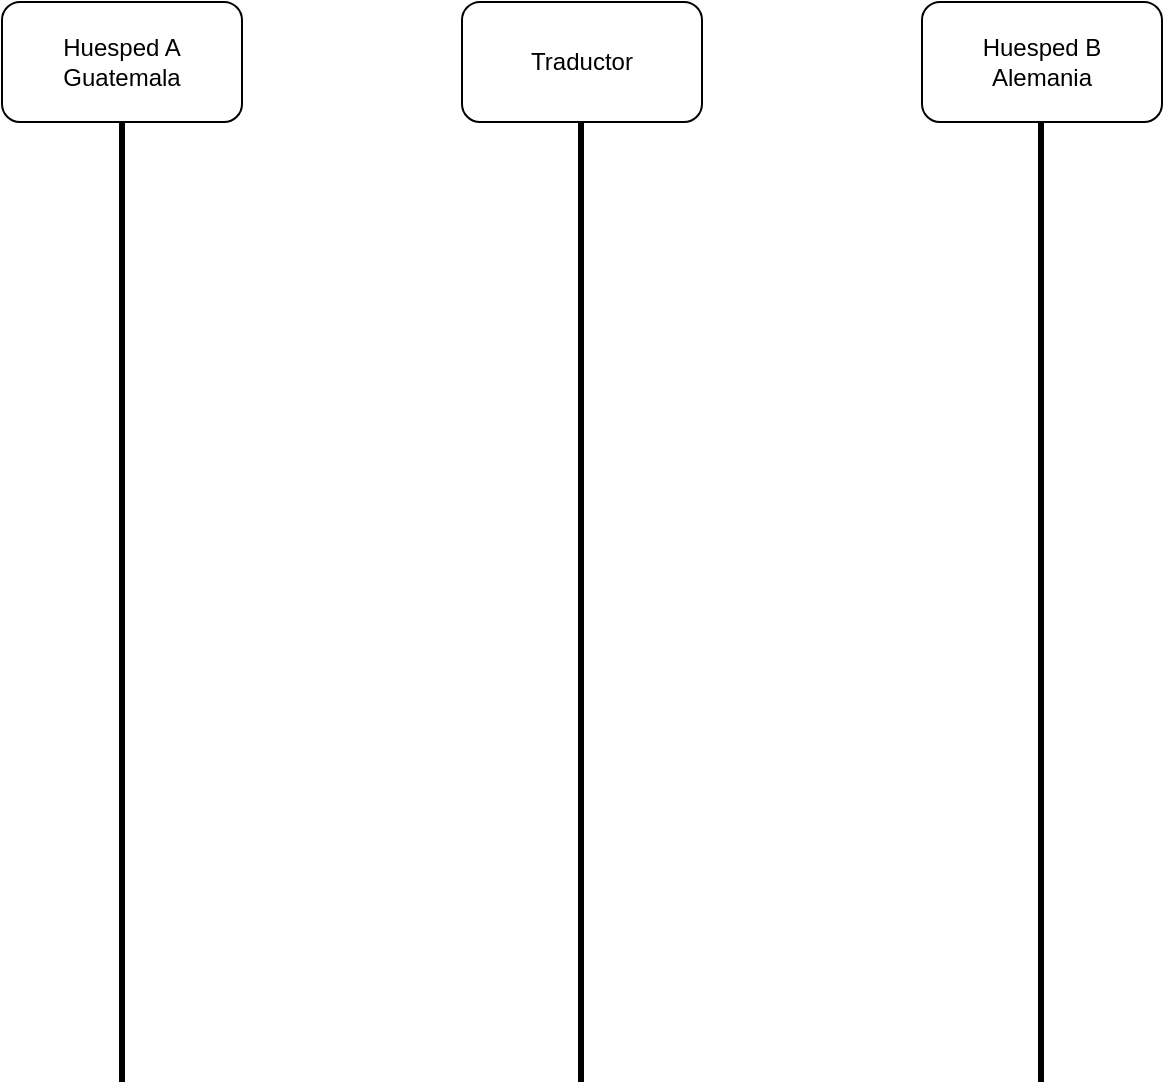
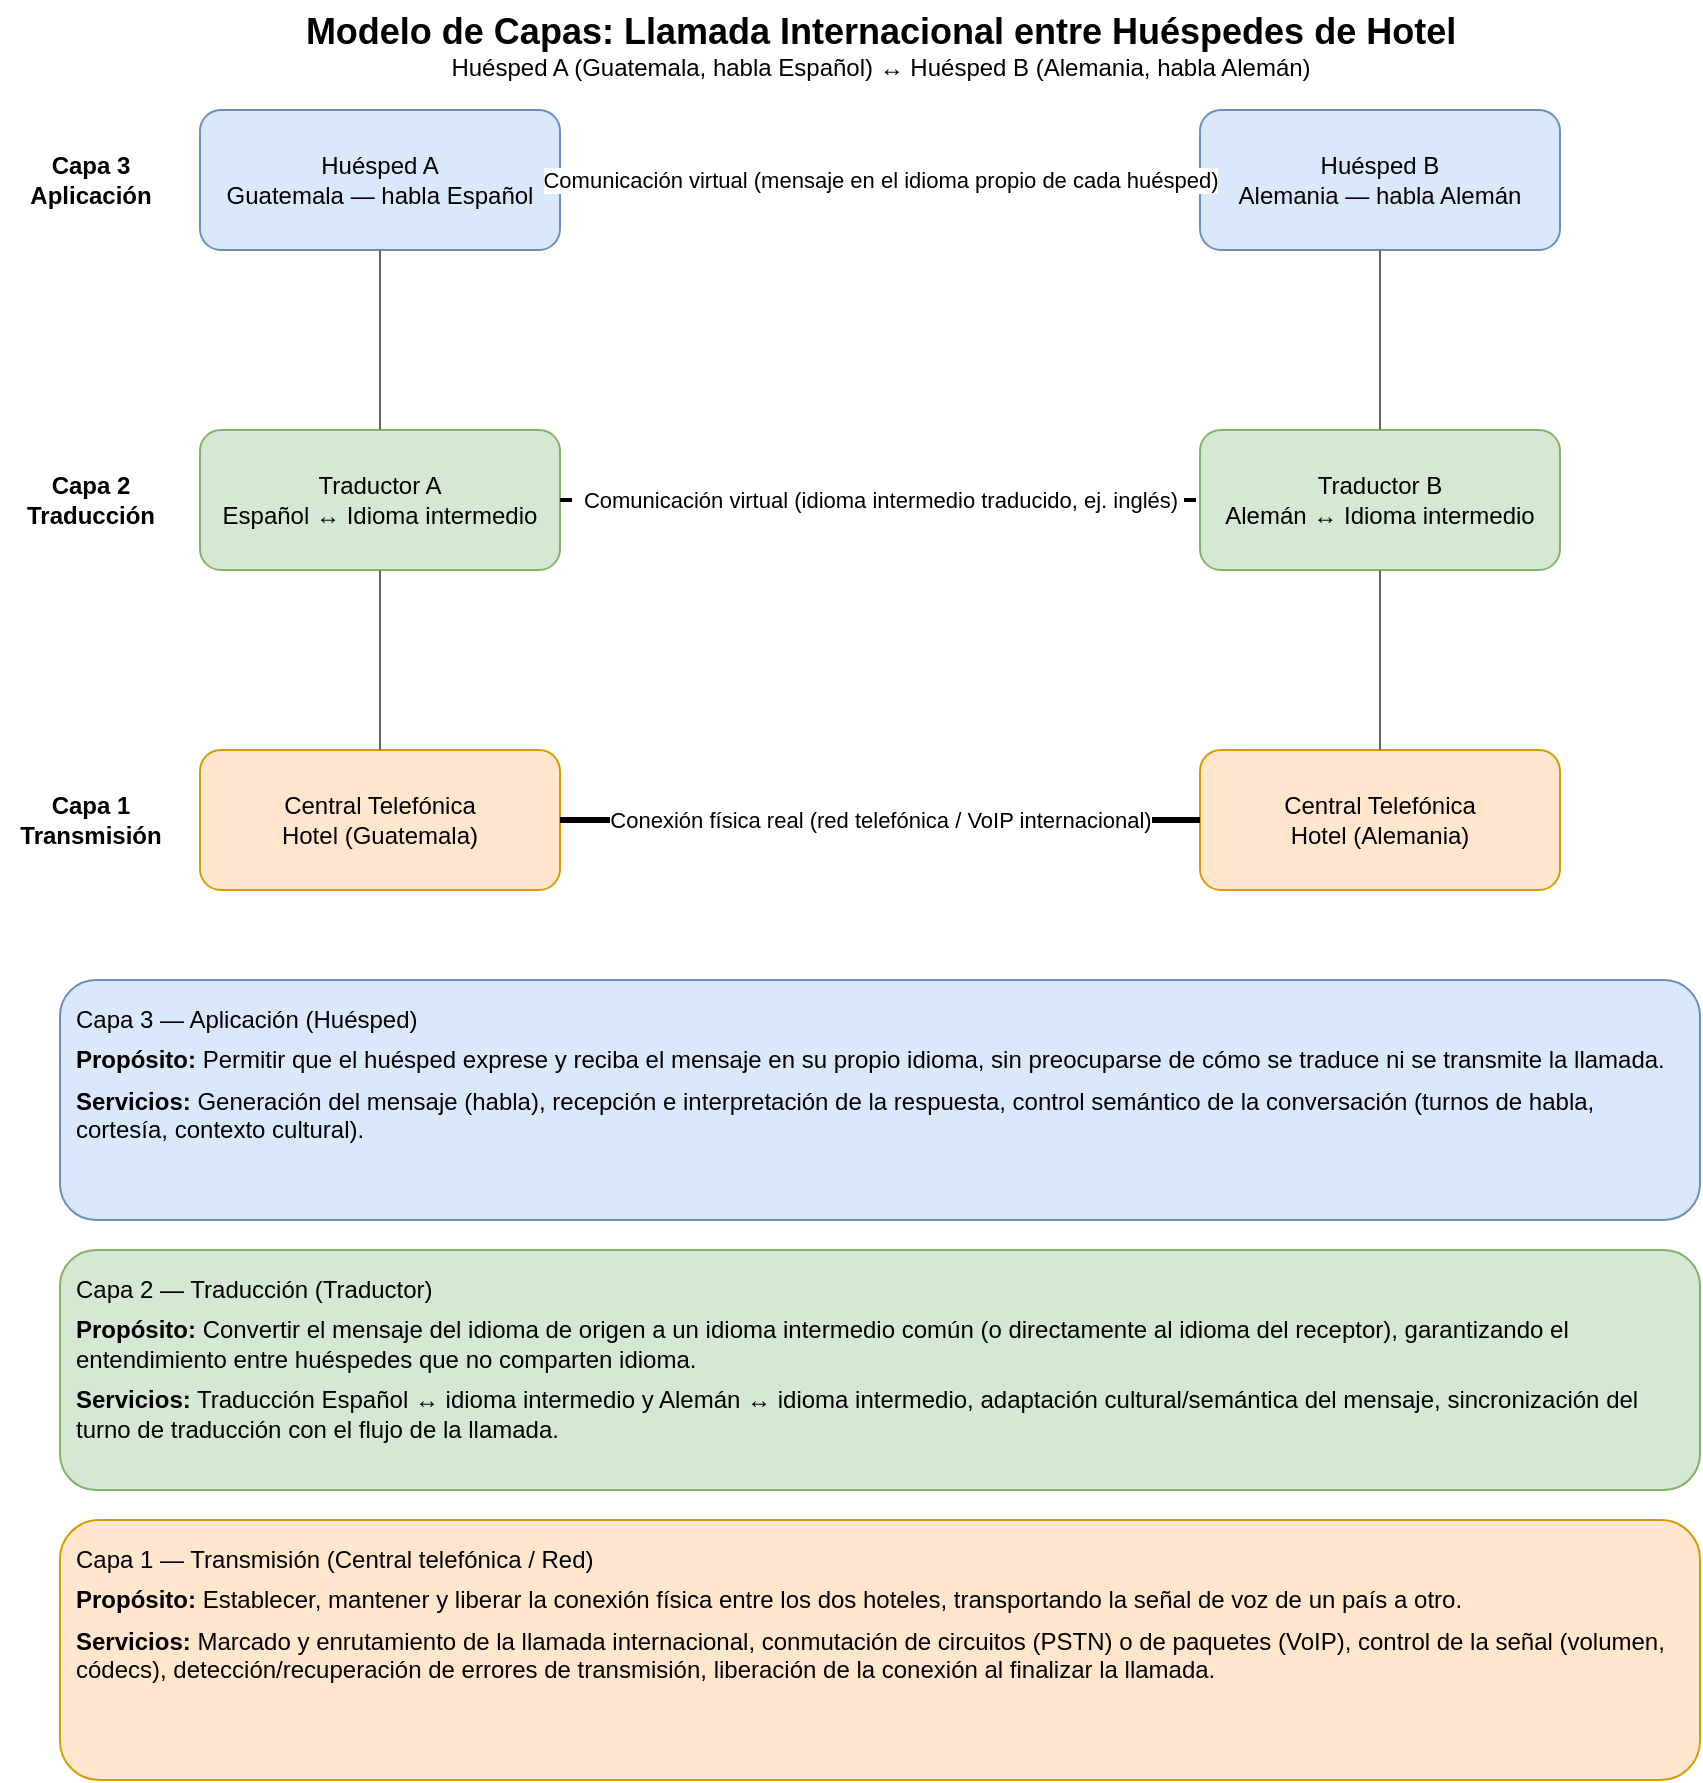
<mxfile host="65bd71144e">
    <diagram id="eoJv2ytieCmdTIFovy_W" name="Page-1">
-         <mxGraphModel dx="606" dy="647" grid="1" gridSize="10" guides="1" tooltips="1" connect="1" arrows="1" fold="1" page="1" pageScale="1" pageWidth="850" pageHeight="1100" math="0" shadow="0">
+         <mxGraphModel dx="606" dy="647" grid="1" gridSize="10" guides="1" tooltips="1" connect="1" arrows="1" fold="1" page="1" pageScale="1" pageWidth="900" pageHeight="1050" math="0" shadow="0">
            <root>
                <mxCell id="0"/>
                <mxCell id="1" parent="0"/>
-                 <mxCell id="5" style="edgeStyle=none;html=1;endArrow=none;endFill=0;strokeWidth=3;" edge="1" parent="1" source="2">
-                     <mxGeometry relative="1" as="geometry">
-                         <mxPoint x="100" y="600" as="targetPoint"/>
-                     </mxGeometry>
+ 
+                 <!-- Titulo -->
+                 <mxCell id="10" value="Modelo de Capas: Llamada Internacional entre Huéspedes de Hotel&lt;div style=&quot;font-weight:normal;font-size:12px;&quot;&gt;Huésped A (Guatemala, habla Español) &amp;#8596; Huésped B (Alemania, habla Alemán)&lt;/div&gt;" style="text;html=1;align=center;verticalAlign=middle;fontSize=18;fontStyle=1;" vertex="1" parent="1">
+                     <mxGeometry x="120" y="10" width="660" height="45" as="geometry"/>
                </mxCell>
-                 <mxCell id="2" value="Huesped A&lt;div&gt;Guatemala&lt;/div&gt;" style="rounded=1;whiteSpace=wrap;html=1;" vertex="1" parent="1">
-                     <mxGeometry x="40" y="60" width="120" height="60" as="geometry"/>
+ 
+                 <!-- Etiquetas de capa (columna izquierda) -->
+                 <mxCell id="11" value="Capa 3&lt;div&gt;Aplicación&lt;/div&gt;" style="text;html=1;align=center;verticalAlign=middle;fontSize=12;fontStyle=1;" vertex="1" parent="1">
+                     <mxGeometry x="10" y="65" width="90" height="70" as="geometry"/>
                </mxCell>
-                 <mxCell id="3" value="Huesped B&lt;div&gt;Alemania&lt;/div&gt;" style="rounded=1;whiteSpace=wrap;html=1;" vertex="1" parent="1">
-                     <mxGeometry x="500" y="60" width="120" height="60" as="geometry"/>
+                 <mxCell id="12" value="Capa 2&lt;div&gt;Traducción&lt;/div&gt;" style="text;html=1;align=center;verticalAlign=middle;fontSize=12;fontStyle=1;" vertex="1" parent="1">
+                     <mxGeometry x="10" y="225" width="90" height="70" as="geometry"/>
                </mxCell>
-                 <mxCell id="4" value="Traductor" style="rounded=1;whiteSpace=wrap;html=1;" vertex="1" parent="1">
-                     <mxGeometry x="270" y="60" width="120" height="60" as="geometry"/>
+                 <mxCell id="13" value="Capa 1&lt;div&gt;Transmisión&lt;/div&gt;" style="text;html=1;align=center;verticalAlign=middle;fontSize=12;fontStyle=1;" vertex="1" parent="1">
+                     <mxGeometry x="10" y="385" width="90" height="70" as="geometry"/>
                </mxCell>
-                 <mxCell id="6" style="edgeStyle=none;html=1;endArrow=none;endFill=0;strokeWidth=3;" edge="1" parent="1">
-                     <mxGeometry relative="1" as="geometry">
-                         <mxPoint x="329.5" y="600" as="targetPoint"/>
-                         <mxPoint x="329.5" y="120" as="sourcePoint"/>
-                     </mxGeometry>
+ 
+                 <!-- Capa 3: Huespedes -->
+                 <mxCell id="20" value="Huésped A&lt;div&gt;Guatemala — habla Español&lt;/div&gt;" style="rounded=1;whiteSpace=wrap;html=1;fillColor=#dae8fc;strokeColor=#6c8ebf;fontSize=12;" vertex="1" parent="1">
+                     <mxGeometry x="110" y="65" width="180" height="70" as="geometry"/>
                </mxCell>
-                 <mxCell id="7" style="edgeStyle=none;html=1;endArrow=none;endFill=0;strokeWidth=3;" edge="1" parent="1">
-                     <mxGeometry relative="1" as="geometry">
-                         <mxPoint x="559.5" y="600" as="targetPoint"/>
-                         <mxPoint x="559.5" y="120" as="sourcePoint"/>
-                     </mxGeometry>
+                 <mxCell id="21" value="Huésped B&lt;div&gt;Alemania — habla Alemán&lt;/div&gt;" style="rounded=1;whiteSpace=wrap;html=1;fillColor=#dae8fc;strokeColor=#6c8ebf;fontSize=12;" vertex="1" parent="1">
+                     <mxGeometry x="610" y="65" width="180" height="70" as="geometry"/>
                </mxCell>
+ 
+                 <!-- Capa 2: Traductores -->
+                 <mxCell id="22" value="Traductor A&lt;div&gt;Español &amp;#8596; Idioma intermedio&lt;/div&gt;" style="rounded=1;whiteSpace=wrap;html=1;fillColor=#d5e8d4;strokeColor=#82b366;fontSize=12;" vertex="1" parent="1">
+                     <mxGeometry x="110" y="225" width="180" height="70" as="geometry"/>
+                 </mxCell>
+                 <mxCell id="23" value="Traductor B&lt;div&gt;Alemán &amp;#8596; Idioma intermedio&lt;/div&gt;" style="rounded=1;whiteSpace=wrap;html=1;fillColor=#d5e8d4;strokeColor=#82b366;fontSize=12;" vertex="1" parent="1">
+                     <mxGeometry x="610" y="225" width="180" height="70" as="geometry"/>
+                 </mxCell>
+ 
+                 <!-- Capa 1: Centrales telefonicas -->
+                 <mxCell id="24" value="Central Telefónica&lt;div&gt;Hotel (Guatemala)&lt;/div&gt;" style="rounded=1;whiteSpace=wrap;html=1;fillColor=#ffe6cc;strokeColor=#d79b00;fontSize=12;" vertex="1" parent="1">
+                     <mxGeometry x="110" y="385" width="180" height="70" as="geometry"/>
+                 </mxCell>
+                 <mxCell id="25" value="Central Telefónica&lt;div&gt;Hotel (Alemania)&lt;/div&gt;" style="rounded=1;whiteSpace=wrap;html=1;fillColor=#ffe6cc;strokeColor=#d79b00;fontSize=12;" vertex="1" parent="1">
+                     <mxGeometry x="610" y="385" width="180" height="70" as="geometry"/>
+                 </mxCell>
+ 
+                 <!-- Lineas horizontales de comunicacion entre pares (virtual y fisica) -->
+                 <mxCell id="30" value="Comunicación virtual (mensaje en el idioma propio de cada huésped)" style="endArrow=none;html=1;dashed=1;strokeWidth=2;fontSize=11;labelBackgroundColor=#ffffff;" edge="1" parent="1" source="20" target="21">
+                     <mxGeometry relative="1" as="geometry"/>
+                 </mxCell>
+                 <mxCell id="31" value="Comunicación virtual (idioma intermedio traducido, ej. inglés)" style="endArrow=none;html=1;dashed=1;strokeWidth=2;fontSize=11;labelBackgroundColor=#ffffff;" edge="1" parent="1" source="22" target="23">
+                     <mxGeometry relative="1" as="geometry"/>
+                 </mxCell>
+                 <mxCell id="32" value="Conexión física real (red telefónica / VoIP internacional)" style="endArrow=none;html=1;strokeWidth=3;fontSize=11;labelBackgroundColor=#ffffff;" edge="1" parent="1" source="24" target="25">
+                     <mxGeometry relative="1" as="geometry"/>
+                 </mxCell>
+ 
+                 <!-- Lineas verticales internas del lado A -->
+                 <mxCell id="40" style="endArrow=none;html=1;strokeWidth=1;strokeColor=#666666;" edge="1" parent="1" source="20" target="22">
+                     <mxGeometry relative="1" as="geometry"/>
+                 </mxCell>
+                 <mxCell id="41" style="endArrow=none;html=1;strokeWidth=1;strokeColor=#666666;" edge="1" parent="1" source="22" target="24">
+                     <mxGeometry relative="1" as="geometry"/>
+                 </mxCell>
+ 
+                 <!-- Lineas verticales internas del lado B -->
+                 <mxCell id="42" style="endArrow=none;html=1;strokeWidth=1;strokeColor=#666666;" edge="1" parent="1" source="21" target="23">
+                     <mxGeometry relative="1" as="geometry"/>
+                 </mxCell>
+                 <mxCell id="43" style="endArrow=none;html=1;strokeWidth=1;strokeColor=#666666;" edge="1" parent="1" source="23" target="25">
+                     <mxGeometry relative="1" as="geometry"/>
+                 </mxCell>
+ 
+                 <!-- Leyenda: proposito y servicios de cada capa -->
+                 <mxCell id="50" value="Capa 3 — Aplicación (Huésped)&lt;div style=&quot;margin-top:6px;&quot;&gt;&lt;b&gt;Propósito:&lt;/b&gt; Permitir que el huésped exprese y reciba el mensaje en su propio idioma, sin preocuparse de cómo se traduce ni se transmite la llamada.&lt;/div&gt;&lt;div style=&quot;margin-top:6px;&quot;&gt;&lt;b&gt;Servicios:&lt;/b&gt; Generación del mensaje (habla), recepción e interpretación de la respuesta, control semántico de la conversación (turnos de habla, cortesía, contexto cultural).&lt;/div&gt;" style="rounded=1;whiteSpace=wrap;html=1;align=left;verticalAlign=top;spacing=8;fillColor=#dae8fc;strokeColor=#6c8ebf;fontSize=12;" vertex="1" parent="1">
+                     <mxGeometry x="40" y="500" width="820" height="120" as="geometry"/>
+                 </mxCell>
+                 <mxCell id="51" value="Capa 2 — Traducción (Traductor)&lt;div style=&quot;margin-top:6px;&quot;&gt;&lt;b&gt;Propósito:&lt;/b&gt; Convertir el mensaje del idioma de origen a un idioma intermedio común (o directamente al idioma del receptor), garantizando el entendimiento entre huéspedes que no comparten idioma.&lt;/div&gt;&lt;div style=&quot;margin-top:6px;&quot;&gt;&lt;b&gt;Servicios:&lt;/b&gt; Traducción Español &amp;#8596; idioma intermedio y Alemán &amp;#8596; idioma intermedio, adaptación cultural/semántica del mensaje, sincronización del turno de traducción con el flujo de la llamada.&lt;/div&gt;" style="rounded=1;whiteSpace=wrap;html=1;align=left;verticalAlign=top;spacing=8;fillColor=#d5e8d4;strokeColor=#82b366;fontSize=12;" vertex="1" parent="1">
+                     <mxGeometry x="40" y="635" width="820" height="120" as="geometry"/>
+                 </mxCell>
+                 <mxCell id="52" value="Capa 1 — Transmisión (Central telefónica / Red)&lt;div style=&quot;margin-top:6px;&quot;&gt;&lt;b&gt;Propósito:&lt;/b&gt; Establecer, mantener y liberar la conexión física entre los dos hoteles, transportando la señal de voz de un país a otro.&lt;/div&gt;&lt;div style=&quot;margin-top:6px;&quot;&gt;&lt;b&gt;Servicios:&lt;/b&gt; Marcado y enrutamiento de la llamada internacional, conmutación de circuitos (PSTN) o de paquetes (VoIP), control de la señal (volumen, códecs), detección/recuperación de errores de transmisión, liberación de la conexión al finalizar la llamada.&lt;/div&gt;" style="rounded=1;whiteSpace=wrap;html=1;align=left;verticalAlign=top;spacing=8;fillColor=#ffe6cc;strokeColor=#d79b00;fontSize=12;" vertex="1" parent="1">
+                     <mxGeometry x="40" y="770" width="820" height="130" as="geometry"/>
+                 </mxCell>
+ 
            </root>
        </mxGraphModel>
    </diagram>
- </mxfile>+ </mxfile>
